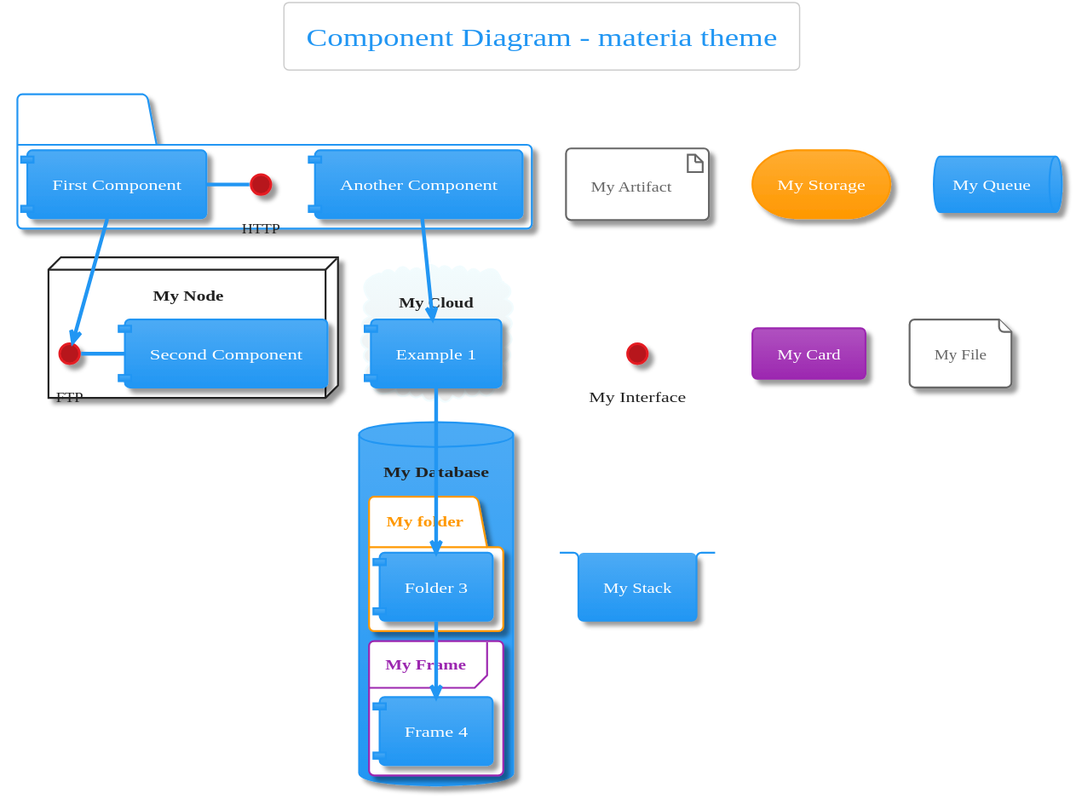
Before: themes/materia/component-ex.svg, a diagram exported from PlantUML (bschwarz/puml-themes).
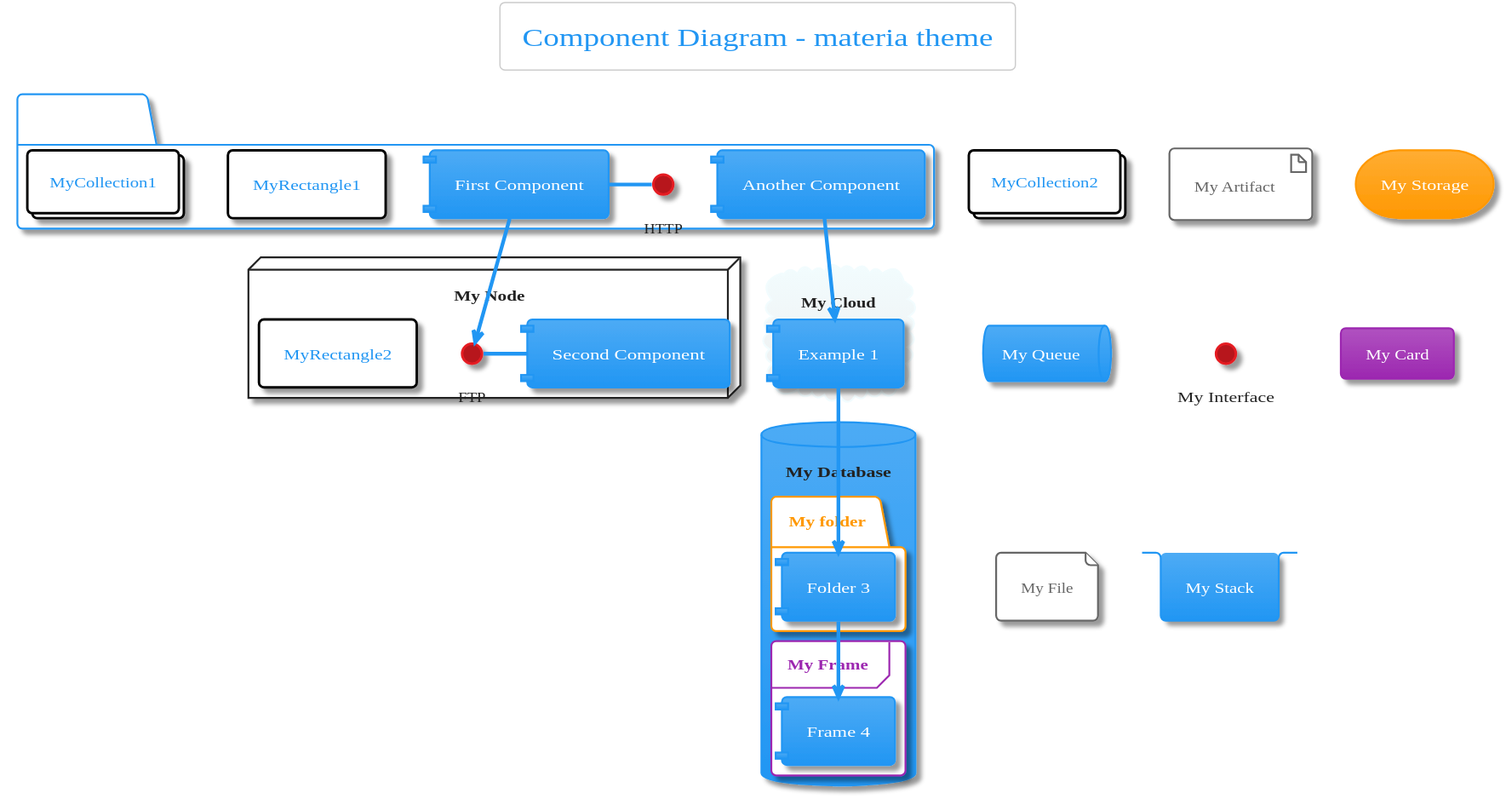
The same file after the commit.

Diff of the diagram source:
```diff
@@ -46,6 +46,7 @@
 	FontColor #222
 }
 
+
 skinparam activity {
 		FontColor #FFF
 	BorderColor #2196F3
@@ -58,12 +59,14 @@
 	DiamondFontColor #222
 }
 
+
 skinparam participant {
 		FontColor #FFF
 	BorderColor #2196F3
 	BackgroundColor #4dabf5-#2196F3
 	ParticipantBorderThickness 2
 }
+
 
 skinparam actor {
 		FontColor #FFF
@@ -72,11 +75,13 @@
 	FontColor #222
 }
 
+
 skinparam arrow {
 	Thickness 3
 	Color #2196F3
 	FontColor #222
 }
+
 
 skinparam sequence {
 	BorderColor #2196F3
@@ -103,17 +108,20 @@
 	ReferenceHeaderFontColor #9C27B0
 }
 
+
 skinparam partition {
 	BorderColor #2196F3
 	FontColor #2196F3
 	BackgroundColor transparent
 }
 
+
 skinparam collections {
 		FontColor #FFF
 	BorderColor #2196F3
 	BackgroundColor #4dabf5-#2196F3
 }
+
 
 skinparam control {
 		FontColor #FFF
@@ -122,12 +130,14 @@
 	FontColor #222
 }
 
+
 skinparam entity {
 		FontColor #FFF
 	BorderColor #2196F3
 	BackgroundColor #4dabf5-#2196F3
 	FontColor #222
 }
+
 
 skinparam boundary {
 		FontColor #FFF
@@ -136,11 +146,13 @@
 	FontColor #222
 }
 
+
 skinparam agent {
 	BackgroundColor #orange
 	BorderColor #999999
 	FontColor #333333
 }
+
 
 skinparam note {
 	BorderThickness 1
@@ -149,11 +161,13 @@
 	FontColor #FFF
 }
 
+
 skinparam artifact {
 	BackgroundColor #FFF-#fff
 	BorderColor #666
 	FontColor #666
 }
+
 
 skinparam component {
 		FontColor #FFF
@@ -161,11 +175,13 @@
 	BackgroundColor #4dabf5-#2196F3
 }
 
+
 skinparam interface {
 	BackgroundColor  #B7161C
 	BorderColor  #e51c23
 	FontColor #222
 }
+
 
 skinparam storage {
 	BackgroundColor #ffad33-#ff9800
@@ -173,11 +189,13 @@
 	FontColor #FFF
 }
 
+
 skinparam node {
 	BackgroundColor #fff-#fff
 	BorderColor #222
 	FontColor #222
 }
+
 
 skinparam cloud {
 	BackgroundColor #F2FCFE-#eeeeee
@@ -185,12 +203,14 @@
 	FontColor #222
 }
 
+
 skinparam database {
 		FontColor #FFF
 	BorderColor #2196F3
 	BackgroundColor #4dabf5-#2196F3
 	FontColor #222
 }
+
 
 skinparam class {
 		FontColor #FFF
@@ -203,6 +223,7 @@
 	AttributeFontSize 11
 }
 
+
 skinparam object {
 		FontColor #FFF
 	BorderColor #2196F3
@@ -213,6 +234,7 @@
 	AttributeFontSize 11
 }
 
+
 skinparam usecase {
 		FontColor #FFF
 	BorderColor #2196F3
@@ -221,14 +243,14 @@
 	StereotypeFontColor #2196F3
 }
 
+
 skinparam rectangle {
-		FontColor #FFF
-	BorderColor #2196F3
-	BackgroundColor #4dabf5-#2196F3
+	FontColor #2196F3
 	BackgroundColor #fff-#fff
 	BorderThickness 2
 	StereotypeFontColor #2196F3
 }
+
 
 skinparam package {
 		FontColor #FFF
@@ -238,6 +260,7 @@
 	BorderThickness 2
 }
 
+
 skinparam folder {
 	BackgroundColor #FFF-#fff
   	BorderColor #ff9800
@@ -245,12 +268,14 @@
 	BorderThickness 2
 }
 
+
 skinparam frame {
 	BackgroundColor #FFF-#fff
   	BorderColor #9C27B0
 	FontColor #9C27B0
 	BorderThickness 2
 }
+
 
 skinparam state {
 		FontColor #FFF
@@ -262,11 +287,13 @@
 	AttributeFontSize 11
 }
 
+
 skinparam queue {
 		FontColor #FFF
 	BorderColor #2196F3
 	BackgroundColor #4dabf5-#2196F3
 }
+
 
 skinparam card {
 	BackgroundColor #b052c0-#9C27B0
@@ -274,12 +301,14 @@
 	FontColor #FFF
 }
 
+
 skinparam file {
 	BackgroundColor #fff-#fff
 	BorderColor #666
 	FontColor #666
 
 }
+
 
 skinparam stack {
 		FontColor #FFF
@@ -293,17 +322,21 @@
 package "My Package" {
   HTTP - [First Component]
   [Another Component]
+  rectangle MyRectangle1
+  collections MyCollection1
 }
 
 node "My Node" {
   FTP - [Second Component]
   [First Component] --> FTP
+  rectangle MyRectangle2
 }
 
 cloud "My Cloud" {
   [Example 1]
 }
 
+collections MyCollection2
 
 database "My Database" {
   folder "My folder" {
```
